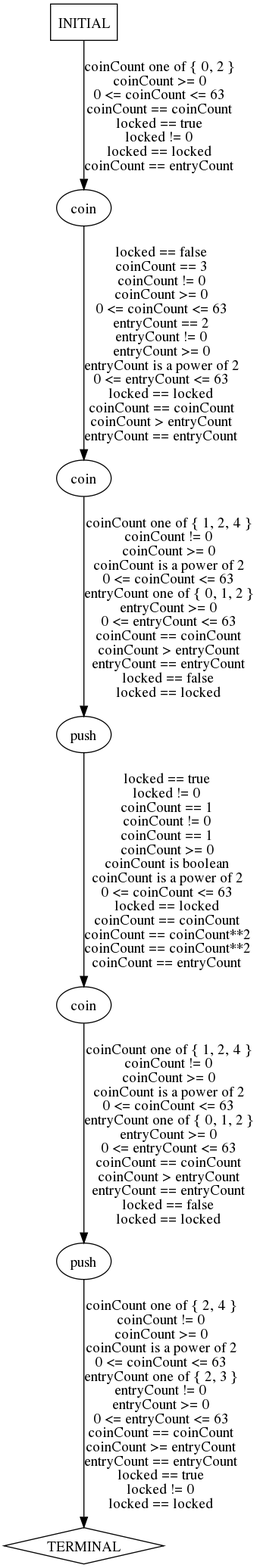
Above: traces/abstract/turnstile-example/predicted-paths/turnstile-example-test12.dot.png in ModelInference/synoptic (Graphviz), before the change. Its source is kept beside it as traces/abstract/turnstile-example/predicted-paths/turnstile-example-test12.dot.
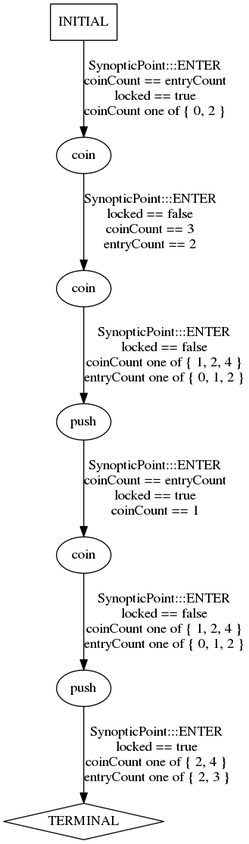
After the commit.

Diff of the diagram source:
```diff
@@ -6,10 +6,10 @@
   4 [label="push"];
   5 [label="TERMINAL",shape=diamond];
   6 [label="INITIAL",shape=box];
-0->1 [label="locked == false\ncoinCount == 3\ncoinCount != 0\ncoinCount >= 0\n0 <= coinCount <= 63\nentryCount == 2\nentryCount != 0\nentryCount >= 0\nentryCount is a power of 2\n0 <= entryCount <= 63\nlocked == locked\ncoinCount == coinCount\ncoinCount > entryCount\nentryCount == entryCount",];
-1->3 [label="coinCount one of { 1, 2, 4 }\ncoinCount != 0\ncoinCount >= 0\ncoinCount is a power of 2\n0 <= coinCount <= 63\nentryCount one of { 0, 1, 2 }\nentryCount >= 0\n0 <= entryCount <= 63\ncoinCount == coinCount\ncoinCount > entryCount\nentryCount == entryCount\nlocked == false\nlocked == locked",];
-2->4 [label="coinCount one of { 1, 2, 4 }\ncoinCount != 0\ncoinCount >= 0\ncoinCount is a power of 2\n0 <= coinCount <= 63\nentryCount one of { 0, 1, 2 }\nentryCount >= 0\n0 <= entryCount <= 63\ncoinCount == coinCount\ncoinCount > entryCount\nentryCount == entryCount\nlocked == false\nlocked == locked",];
-3->2 [label="locked == true\nlocked != 0\ncoinCount == 1\ncoinCount != 0\ncoinCount == 1\ncoinCount >= 0\ncoinCount is boolean\ncoinCount is a power of 2\n0 <= coinCount <= 63\nlocked == locked\ncoinCount == coinCount\ncoinCount == coinCount**2\ncoinCount == coinCount**2\ncoinCount == entryCount",];
-4->5 [label="coinCount one of { 2, 4 }\ncoinCount != 0\ncoinCount >= 0\ncoinCount is a power of 2\n0 <= coinCount <= 63\nentryCount one of { 2, 3 }\nentryCount != 0\nentryCount >= 0\n0 <= entryCount <= 63\ncoinCount == coinCount\ncoinCount >= entryCount\nentryCount == entryCount\nlocked == true\nlocked != 0\nlocked == locked",];
-6->0 [label="coinCount one of { 0, 2 }\ncoinCount >= 0\n0 <= coinCount <= 63\ncoinCount == coinCount\nlocked == true\nlocked != 0\nlocked == locked\ncoinCount == entryCount",];
+0->1 [label="SynopticPoint:::ENTER\nlocked == false\ncoinCount == 3\nentryCount == 2\n",];
+1->3 [label="SynopticPoint:::ENTER\nlocked == false\ncoinCount one of { 1, 2, 4 }\nentryCount one of { 0, 1, 2 }\n",];
+2->4 [label="SynopticPoint:::ENTER\nlocked == false\ncoinCount one of { 1, 2, 4 }\nentryCount one of { 0, 1, 2 }\n",];
+3->2 [label="SynopticPoint:::ENTER\ncoinCount == entryCount\nlocked == true\ncoinCount == 1\n",];
+4->5 [label="SynopticPoint:::ENTER\nlocked == true\ncoinCount one of { 2, 4 }\nentryCount one of { 2, 3 }\n",];
+6->0 [label="SynopticPoint:::ENTER\ncoinCount == entryCount\nlocked == true\ncoinCount one of { 0, 2 }\n",];
 } // digraph {
```
